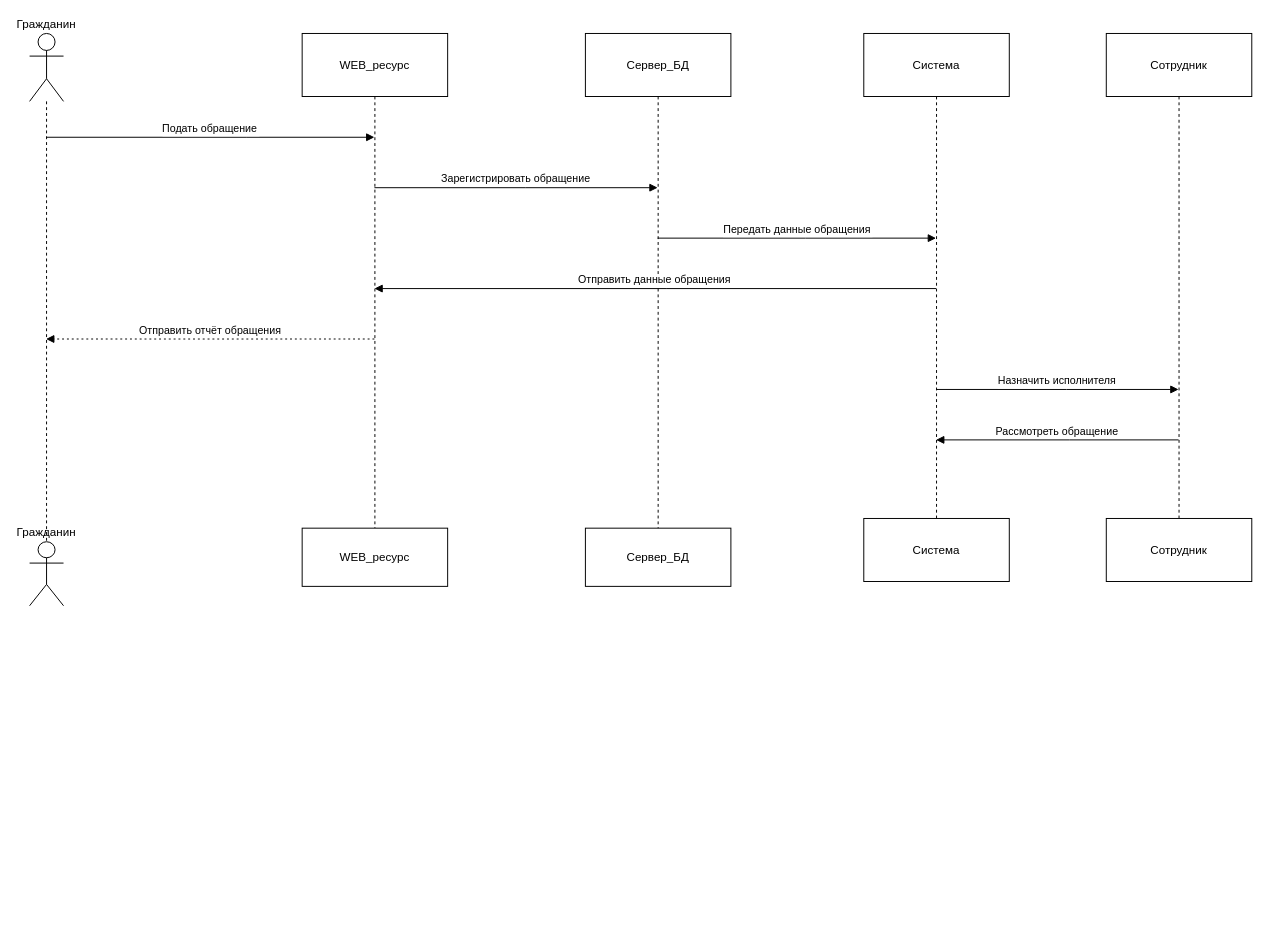
alexej0000/Diagram keeps this draw.io diagram as Диаграмма последовательностей.drawio. Above is the earlier version. Source tidied: cells renumbered, new cells numbered last; positions are measured from the earlier drawing's top-left corner, leaving out a move shared by most shapes. Both pictures are drawn from the tidied source at 97%, with x=0, y=0 at pixel (29, 33).
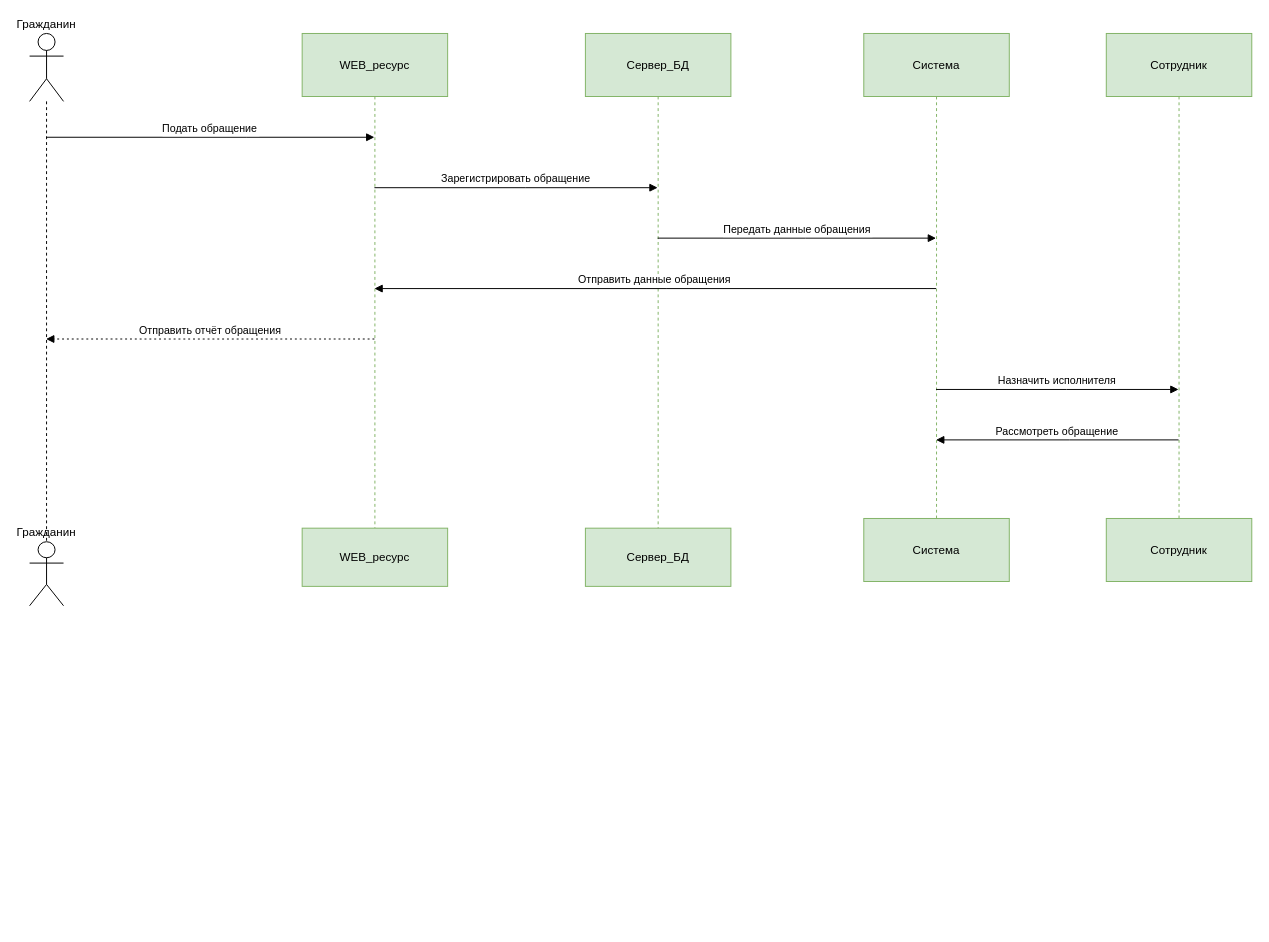
The same page after the edit.

Diff of the diagram source:
```diff
@@
-    <mxCell id="4" value="WEB_ресурс" style="shape=umlLifeline;perimeter=lifelinePerimeter;whiteSpace=wrap;outlineConnect=0;portConstraint=eastwest;newEdgeStyle={&quot;edgeStyle&quot;:&quot;elbowEdgeStyle&quot;,&quot;elbow&quot;:&quot;vertical&quot;,&quot;curved&quot;:0,&quot;rounded&quot;:0};size=65;" parent="1" vertex="1">
+    <mxCell id="4" value="WEB_ресурс" style="shape=umlLifeline;perimeter=lifelinePerimeter;whiteSpace=wrap;outlineConnect=0;portConstraint=eastwest;newEdgeStyle={&quot;edgeStyle&quot;:&quot;elbowEdgeStyle&quot;,&quot;elbow&quot;:&quot;vertical&quot;,&quot;curved&quot;:0,&quot;rounded&quot;:0};size=65;fillColor=#d5e8d4;strokeColor=#82b366;" parent="1" vertex="1">
       <mxGeometry x="281" width="150" height="510" as="geometry" />
     </mxCell>
@@
-    <mxCell id="7" value="Сервер_БД" style="shape=umlLifeline;perimeter=lifelinePerimeter;whiteSpace=wrap;outlineConnect=0;portConstraint=eastwest;newEdgeStyle={&quot;edgeStyle&quot;:&quot;elbowEdgeStyle&quot;,&quot;elbow&quot;:&quot;vertical&quot;,&quot;curved&quot;:0,&quot;rounded&quot;:0};size=65;" parent="1" vertex="1">
+    <mxCell id="7" value="Сервер_БД" style="shape=umlLifeline;perimeter=lifelinePerimeter;whiteSpace=wrap;outlineConnect=0;portConstraint=eastwest;newEdgeStyle={&quot;edgeStyle&quot;:&quot;elbowEdgeStyle&quot;,&quot;elbow&quot;:&quot;vertical&quot;,&quot;curved&quot;:0,&quot;rounded&quot;:0};size=65;fillColor=#d5e8d4;strokeColor=#82b366;" parent="1" vertex="1">
       <mxGeometry x="573" width="150" height="524" as="geometry" />
     </mxCell>
@@
-    <mxCell id="9" value="Система" style="shape=umlLifeline;perimeter=lifelinePerimeter;whiteSpace=wrap;outlineConnect=0;portConstraint=eastwest;newEdgeStyle={&quot;edgeStyle&quot;:&quot;elbowEdgeStyle&quot;,&quot;elbow&quot;:&quot;vertical&quot;,&quot;curved&quot;:0,&quot;rounded&quot;:0};size=65;" parent="1" vertex="1">
+    <mxCell id="9" value="Система" style="shape=umlLifeline;perimeter=lifelinePerimeter;whiteSpace=wrap;outlineConnect=0;portConstraint=eastwest;newEdgeStyle={&quot;edgeStyle&quot;:&quot;elbowEdgeStyle&quot;,&quot;elbow&quot;:&quot;vertical&quot;,&quot;curved&quot;:0,&quot;rounded&quot;:0};size=65;fillColor=#d5e8d4;strokeColor=#82b366;" parent="1" vertex="1">
       <mxGeometry x="860" width="150" height="524" as="geometry" />
     </mxCell>
@@
-    <mxCell id="12" value="Сотрудник" style="shape=umlLifeline;perimeter=lifelinePerimeter;whiteSpace=wrap;outlineConnect=0;portConstraint=eastwest;newEdgeStyle={&quot;edgeStyle&quot;:&quot;elbowEdgeStyle&quot;,&quot;elbow&quot;:&quot;vertical&quot;,&quot;curved&quot;:0,&quot;rounded&quot;:0};size=65;" parent="1" vertex="1">
+    <mxCell id="12" value="Сотрудник" style="shape=umlLifeline;perimeter=lifelinePerimeter;whiteSpace=wrap;outlineConnect=0;portConstraint=eastwest;newEdgeStyle={&quot;edgeStyle&quot;:&quot;elbowEdgeStyle&quot;,&quot;elbow&quot;:&quot;vertical&quot;,&quot;curved&quot;:0,&quot;rounded&quot;:0};size=65;fillColor=#d5e8d4;strokeColor=#82b366;" parent="1" vertex="1">
       <mxGeometry x="1110" width="150" height="524" as="geometry" />
     </mxCell>
@@
-    <mxCell id="23" value="WEB_ресурс" style="shape=umlLifeline;perimeter=lifelinePerimeter;whiteSpace=wrap;newEdgeStyle={&quot;edgeStyle&quot;:&quot;elbowEdgeStyle&quot;,&quot;elbow&quot;:&quot;vertical&quot;,&quot;curved&quot;:0,&quot;rounded&quot;:0};size=65;" parent="1" vertex="1">
+    <mxCell id="23" value="WEB_ресурс" style="shape=umlLifeline;perimeter=lifelinePerimeter;whiteSpace=wrap;newEdgeStyle={&quot;edgeStyle&quot;:&quot;elbowEdgeStyle&quot;,&quot;elbow&quot;:&quot;vertical&quot;,&quot;curved&quot;:0,&quot;rounded&quot;:0};size=65;fillColor=#d5e8d4;strokeColor=#82b366;" parent="1" vertex="1">
       <mxGeometry x="281" y="510" width="150" height="60" as="geometry" />
     </mxCell>
@@
-    <mxCell id="26" value="Сервер_БД" style="shape=umlLifeline;perimeter=lifelinePerimeter;whiteSpace=wrap;newEdgeStyle={&quot;edgeStyle&quot;:&quot;elbowEdgeStyle&quot;,&quot;elbow&quot;:&quot;vertical&quot;,&quot;curved&quot;:0,&quot;rounded&quot;:0};size=65;" parent="1" vertex="1">
+    <mxCell id="26" value="Сервер_БД" style="shape=umlLifeline;perimeter=lifelinePerimeter;whiteSpace=wrap;newEdgeStyle={&quot;edgeStyle&quot;:&quot;elbowEdgeStyle&quot;,&quot;elbow&quot;:&quot;vertical&quot;,&quot;curved&quot;:0,&quot;rounded&quot;:0};size=65;fillColor=#d5e8d4;strokeColor=#82b366;" parent="1" vertex="1">
       <mxGeometry x="573" y="510" width="150" height="60" as="geometry" />
     </mxCell>
@@
-    <mxCell id="28" value="Система" style="shape=umlLifeline;perimeter=lifelinePerimeter;whiteSpace=wrap;newEdgeStyle={&quot;edgeStyle&quot;:&quot;elbowEdgeStyle&quot;,&quot;elbow&quot;:&quot;vertical&quot;,&quot;curved&quot;:0,&quot;rounded&quot;:0};size=65;" parent="1" vertex="1">
+    <mxCell id="28" value="Система" style="shape=umlLifeline;perimeter=lifelinePerimeter;whiteSpace=wrap;newEdgeStyle={&quot;edgeStyle&quot;:&quot;elbowEdgeStyle&quot;,&quot;elbow&quot;:&quot;vertical&quot;,&quot;curved&quot;:0,&quot;rounded&quot;:0};size=65;fillColor=#d5e8d4;strokeColor=#82b366;" parent="1" vertex="1">
       <mxGeometry x="860" y="500" width="150" height="65" as="geometry" />
     </mxCell>
@@
-    <mxCell id="31" value="Сотрудник" style="shape=umlLifeline;perimeter=lifelinePerimeter;whiteSpace=wrap;newEdgeStyle={&quot;edgeStyle&quot;:&quot;elbowEdgeStyle&quot;,&quot;elbow&quot;:&quot;vertical&quot;,&quot;curved&quot;:0,&quot;rounded&quot;:0};size=65;" parent="1" vertex="1">
+    <mxCell id="31" value="Сотрудник" style="shape=umlLifeline;perimeter=lifelinePerimeter;whiteSpace=wrap;newEdgeStyle={&quot;edgeStyle&quot;:&quot;elbowEdgeStyle&quot;,&quot;elbow&quot;:&quot;vertical&quot;,&quot;curved&quot;:0,&quot;rounded&quot;:0};size=65;fillColor=#d5e8d4;strokeColor=#82b366;" parent="1" vertex="1">
       <mxGeometry x="1110" y="500" width="150" height="65" as="geometry" />
     </mxCell>
```
